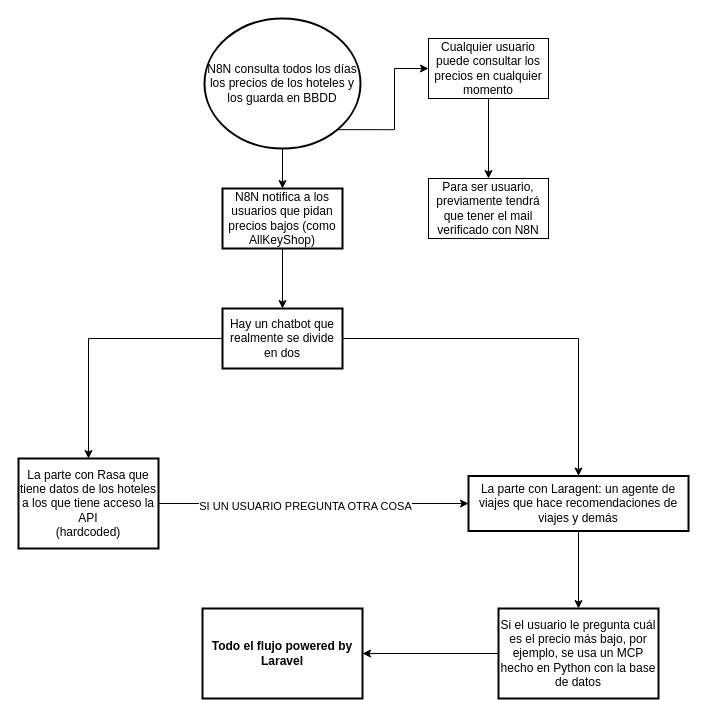
The draw.io diagram documentation/Diagrama.drawio in moguism/hoteles-autobot, before the edit. Source tidied: cells renumbered, new cells numbered last; positions are measured from the earlier drawing's top-left corner, leaving out a move shared by most shapes. Both pictures are drawn from the tidied source at 100%, with x=0, y=0 at pixel (18, 18).
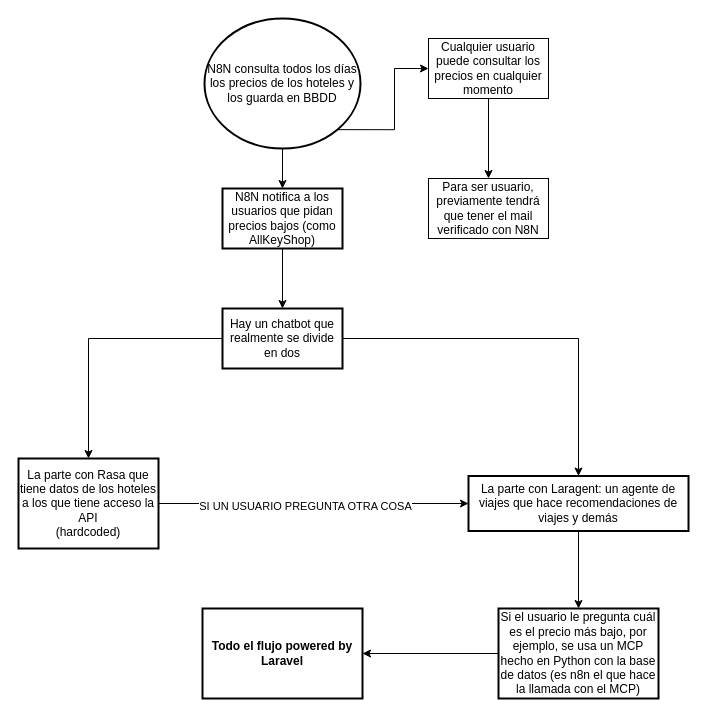
The same diagram, later.

Change to the diagram source:
```diff
@@
-    <mxCell id="16" value="Si el usuario le pregunta cuál es el precio más bajo, por ejemplo, se usa un MCP hecho en Python con la base de datos" style="whiteSpace=wrap;html=1;strokeWidth=2;" parent="1" vertex="1">
+    <mxCell id="16" value="Si el usuario le pregunta cuál es el precio más bajo, por ejemplo, se usa un MCP hecho en Python con la base de datos (es n8n el que hace la llamada con el MCP)" style="whiteSpace=wrap;html=1;strokeWidth=2;" parent="1" vertex="1">
       <mxGeometry x="480" y="590" width="160" height="90" as="geometry" />
     </mxCell>
```
